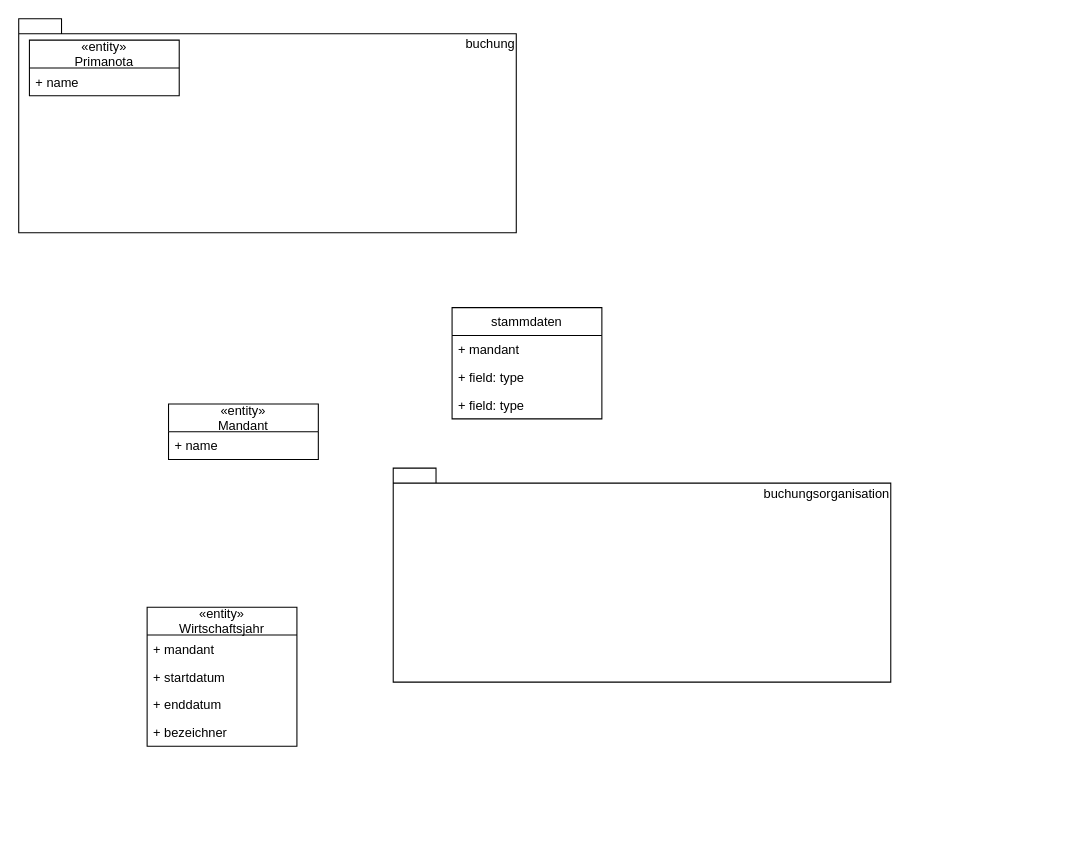
The draw.io diagram page "Datenmodelle" (4 of 5) of architektur/Architektur.drawio in DirkPodolakEssquare/agenda, before the edit. Source tidied: cells renumbered, new cells numbered last; positions are measured from the earlier drawing's top-left corner, leaving out a move shared by most shapes. Both pictures are drawn from the tidied source at 107%, with x=0, y=0 at pixel (18, 18).
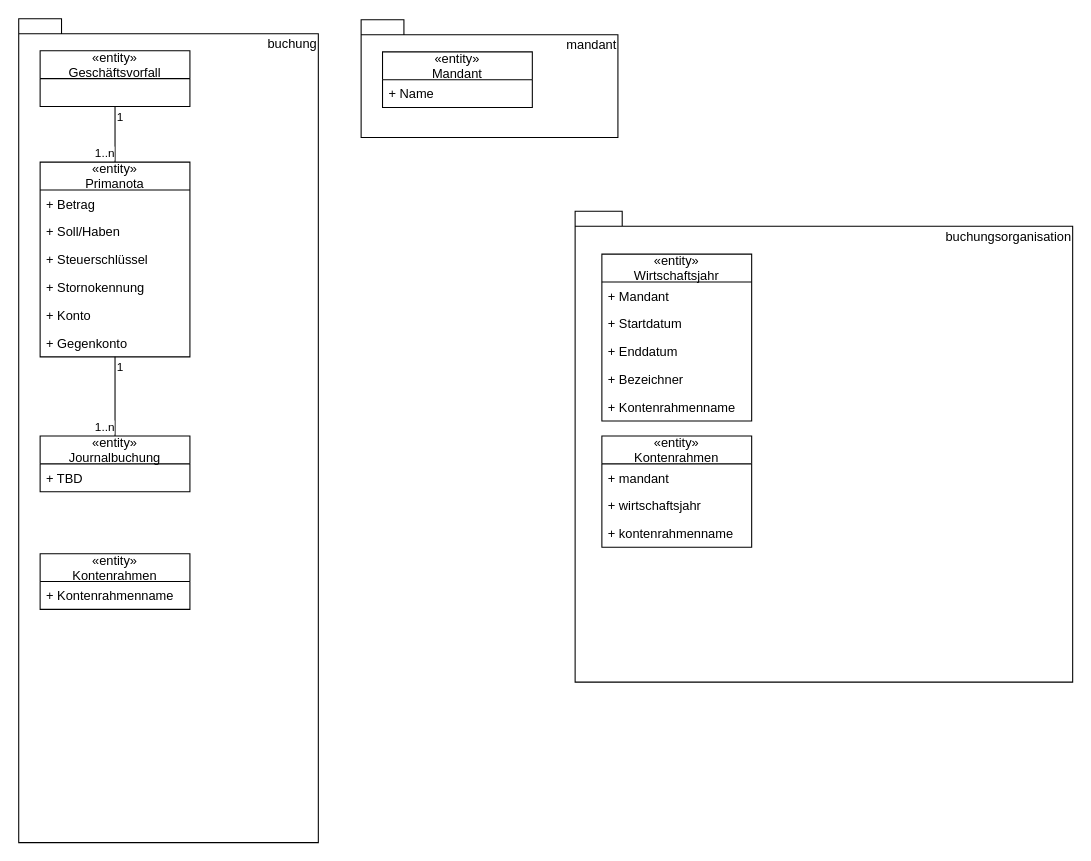
After the change.

Change to the diagram source:
```diff
@@
+    <mxCell id="17" value="&lt;span style=&quot;font-weight: 400&quot;&gt;mandant&lt;br&gt;&lt;/span&gt;" style="shape=folder;fontStyle=1;spacingTop=10;tabWidth=40;tabHeight=14;tabPosition=left;html=1;align=right;verticalAlign=top;" parent="1" vertex="1">
+      <mxGeometry x="320" y="1" width="240" height="110" as="geometry" />
+    </mxCell>
     <mxCell id="2" value="«entity»&#10;Mandant" style="swimlane;fontStyle=0;horizontal=1;startSize=26;fillColor=none;" parent="1" vertex="1">
-      <mxGeometry x="140" y="360" width="140" height="52" as="geometry" />
+      <mxGeometry x="340" y="31" width="140" height="52" as="geometry" />
     </mxCell>
-    <mxCell id="3" value="+ name" style="text;strokeColor=none;fillColor=none;align=left;verticalAlign=top;spacingLeft=4;spacingRight=4;overflow=hidden;" parent="2" vertex="1">
+    <mxCell id="3" value="+ Name" style="text;strokeColor=none;fillColor=none;align=left;verticalAlign=top;spacingLeft=4;spacingRight=4;overflow=hidden;" parent="2" vertex="1">
       <mxGeometry y="26" width="140" height="26" as="geometry" />
     </mxCell>
-    <mxCell id="4" value="stammdaten" style="swimlane;fontStyle=0;horizontal=1;startSize=26;fillColor=none;" parent="1" vertex="1">
-      <mxGeometry x="405" y="270" width="140" height="104" as="geometry" />
-    </mxCell>
-    <mxCell id="5" value="+ mandant" style="text;strokeColor=none;fillColor=none;align=left;verticalAlign=top;spacingLeft=4;spacingRight=4;overflow=hidden;" parent="4" vertex="1">
-      <mxGeometry y="26" width="140" height="26" as="geometry" />
-    </mxCell>
-    <mxCell id="6" value="+ field: type" style="text;strokeColor=none;fillColor=none;align=left;verticalAlign=top;spacingLeft=4;spacingRight=4;overflow=hidden;" parent="4" vertex="1">
-      <mxGeometry y="52" width="140" height="26" as="geometry" />
-    </mxCell>
-    <mxCell id="7" value="+ field: type" style="text;strokeColor=none;fillColor=none;align=left;verticalAlign=top;spacingLeft=4;spacingRight=4;overflow=hidden;" parent="4" vertex="1">
-      <mxGeometry y="78" width="140" height="26" as="geometry" />
-    </mxCell>
     <mxCell id="8" value="&lt;span style=&quot;font-weight: 400&quot;&gt;buchungsorganisation&lt;br&gt;&lt;/span&gt;" style="shape=folder;fontStyle=1;spacingTop=10;tabWidth=40;tabHeight=14;tabPosition=left;html=1;align=right;verticalAlign=top;" parent="1" vertex="1">
-      <mxGeometry x="350" y="420" width="465" height="200" as="geometry" />
+      <mxGeometry x="520" y="180" width="465" height="440" as="geometry" />
     </mxCell>
     <mxCell id="9" value="«entity»&#10;Wirtschaftsjahr" style="swimlane;fontStyle=0;horizontal=1;startSize=26;fillColor=none;" parent="1" vertex="1">
-      <mxGeometry x="120" y="550" width="140" height="130" as="geometry" />
+      <mxGeometry x="545" y="220" width="140" height="156" as="geometry" />
     </mxCell>
-    <mxCell id="10" value="+ mandant" style="text;strokeColor=none;fillColor=none;align=left;verticalAlign=top;spacingLeft=4;spacingRight=4;overflow=hidden;" parent="9" vertex="1">
+    <mxCell id="10" value="+ Mandant" style="text;strokeColor=none;fillColor=none;align=left;verticalAlign=top;spacingLeft=4;spacingRight=4;overflow=hidden;" parent="9" vertex="1">
       <mxGeometry y="26" width="140" height="26" as="geometry" />
     </mxCell>
-    <mxCell id="11" value="+ startdatum" style="text;strokeColor=none;fillColor=none;align=left;verticalAlign=top;spacingLeft=4;spacingRight=4;overflow=hidden;" parent="9" vertex="1">
+    <mxCell id="11" value="+ Startdatum" style="text;strokeColor=none;fillColor=none;align=left;verticalAlign=top;spacingLeft=4;spacingRight=4;overflow=hidden;" parent="9" vertex="1">
       <mxGeometry y="52" width="140" height="26" as="geometry" />
     </mxCell>
-    <mxCell id="12" value="+ enddatum" style="text;strokeColor=none;fillColor=none;align=left;verticalAlign=top;spacingLeft=4;spacingRight=4;overflow=hidden;" parent="9" vertex="1">
+    <mxCell id="12" value="+ Enddatum" style="text;strokeColor=none;fillColor=none;align=left;verticalAlign=top;spacingLeft=4;spacingRight=4;overflow=hidden;" parent="9" vertex="1">
       <mxGeometry y="78" width="140" height="26" as="geometry" />
     </mxCell>
-    <mxCell id="13" value="+ bezeichner" style="text;strokeColor=none;fillColor=none;align=left;verticalAlign=top;spacingLeft=4;spacingRight=4;overflow=hidden;" parent="9" vertex="1">
+    <mxCell id="13" value="+ Bezeichner" style="text;strokeColor=none;fillColor=none;align=left;verticalAlign=top;spacingLeft=4;spacingRight=4;overflow=hidden;" parent="9" vertex="1">
       <mxGeometry y="104" width="140" height="26" as="geometry" />
     </mxCell>
+    <mxCell id="18" value="+ Kontenrahmenname" style="text;strokeColor=none;fillColor=none;align=left;verticalAlign=top;spacingLeft=4;spacingRight=4;overflow=hidden;" parent="9" vertex="1">
+      <mxGeometry y="130" width="140" height="26" as="geometry" />
+    </mxCell>
     <mxCell id="14" value="&lt;span style=&quot;font-weight: 400&quot;&gt;buchung&lt;br&gt;&lt;/span&gt;" style="shape=folder;fontStyle=1;spacingTop=10;tabWidth=40;tabHeight=14;tabPosition=left;html=1;align=right;verticalAlign=top;" parent="1" vertex="1">
-      <mxGeometry width="465" height="200" as="geometry" />
+      <mxGeometry width="280" height="770" as="geometry" />
     </mxCell>
-    <mxCell id="15" value="«entity»&#10;Primanota" style="swimlane;fontStyle=0;horizontal=1;startSize=26;fillColor=none;" parent="1" vertex="1">
-      <mxGeometry x="10" y="20" width="140" height="52" as="geometry" />
+    <mxCell id="15" value="«entity»&#10;Geschäftsvorfall" style="swimlane;fontStyle=0;horizontal=1;startSize=26;fillColor=none;" parent="1" vertex="1">
+      <mxGeometry x="20" y="30" width="140" height="52" as="geometry" />
     </mxCell>
-    <mxCell id="16" value="+ name" style="text;strokeColor=none;fillColor=none;align=left;verticalAlign=top;spacingLeft=4;spacingRight=4;overflow=hidden;" parent="15" vertex="1">
-      <mxGeometry y="26" width="140" height="26" as="geometry" />
-    </mxCell>
+    <mxCell id="19" value="«entity»&#10;Primanota" style="swimlane;fontStyle=0;horizontal=1;startSize=26;fillColor=none;" parent="1" vertex="1">
+      <mxGeometry x="20" y="134" width="140" height="182" as="geometry" />
+    </mxCell>
+    <mxCell id="20" value="+ Betrag" style="text;strokeColor=none;fillColor=none;align=left;verticalAlign=top;spacingLeft=4;spacingRight=4;overflow=hidden;" parent="19" vertex="1">
+      <mxGeometry y="26" width="140" height="26" as="geometry" />
+    </mxCell>
+    <mxCell id="21" value="+ Soll/Haben" style="text;strokeColor=none;fillColor=none;align=left;verticalAlign=top;spacingLeft=4;spacingRight=4;overflow=hidden;" parent="19" vertex="1">
+      <mxGeometry y="52" width="140" height="26" as="geometry" />
+    </mxCell>
+    <mxCell id="22" value="+ Steuerschlüssel" style="text;strokeColor=none;fillColor=none;align=left;verticalAlign=top;spacingLeft=4;spacingRight=4;overflow=hidden;" parent="19" vertex="1">
+      <mxGeometry y="78" width="140" height="26" as="geometry" />
+    </mxCell>
+    <mxCell id="23" value="+ Stornokennung" style="text;strokeColor=none;fillColor=none;align=left;verticalAlign=top;spacingLeft=4;spacingRight=4;overflow=hidden;" parent="19" vertex="1">
+      <mxGeometry y="104" width="140" height="26" as="geometry" />
+    </mxCell>
+    <mxCell id="24" value="+ Konto" style="text;strokeColor=none;fillColor=none;align=left;verticalAlign=top;spacingLeft=4;spacingRight=4;overflow=hidden;" parent="19" vertex="1">
+      <mxGeometry y="130" width="140" height="26" as="geometry" />
+    </mxCell>
+    <mxCell id="25" value="+ Gegenkonto" style="text;strokeColor=none;fillColor=none;align=left;verticalAlign=top;spacingLeft=4;spacingRight=4;overflow=hidden;" parent="19" vertex="1">
+      <mxGeometry y="156" width="140" height="26" as="geometry" />
+    </mxCell>
+    <mxCell id="26" style="endArrow=none;html=1;edgeStyle=orthogonalEdgeStyle;" parent="1" edge="1" source="15" target="19">
+      <mxGeometry relative="1" as="geometry" />
+    </mxCell>
+    <mxCell id="27" value="1" style="edgeLabel;html=1;align=left;verticalAlign=bottom;" parent="26" vertex="1">
+      <mxGeometry x="-1" relative="1" as="geometry">
+        <mxPoint y="18" as="offset" />
+      </mxGeometry>
+    </mxCell>
+    <mxCell id="28" value="1..n" style="edgeLabel;html=1;align=right;verticalAlign=bottom;" parent="26" vertex="1">
+      <mxGeometry x="1" relative="1" as="geometry" />
+    </mxCell>
+    <mxCell id="29" value="«entity»&#10;Journalbuchung" style="swimlane;fontStyle=0;horizontal=1;startSize=26;fillColor=none;" parent="1" vertex="1">
+      <mxGeometry x="20" y="390" width="140" height="52" as="geometry" />
+    </mxCell>
+    <mxCell id="30" value="+ TBD" style="text;strokeColor=none;fillColor=none;align=left;verticalAlign=top;spacingLeft=4;spacingRight=4;overflow=hidden;" parent="29" vertex="1">
+      <mxGeometry y="26" width="140" height="26" as="geometry" />
+    </mxCell>
+    <mxCell id="31" style="endArrow=none;html=1;edgeStyle=orthogonalEdgeStyle;" parent="1" edge="1" source="19" target="29">
+      <mxGeometry relative="1" as="geometry" />
+    </mxCell>
+    <mxCell id="32" value="1" style="edgeLabel;html=1;align=left;verticalAlign=bottom;" parent="31" vertex="1">
+      <mxGeometry x="-1" relative="1" as="geometry">
+        <mxPoint y="18" as="offset" />
+      </mxGeometry>
+    </mxCell>
+    <mxCell id="33" value="1..n" style="edgeLabel;html=1;align=right;verticalAlign=bottom;" parent="31" vertex="1">
+      <mxGeometry x="1" relative="1" as="geometry" />
+    </mxCell>
+    <mxCell id="34" value="«entity»&#10;Kontenrahmen" style="swimlane;fontStyle=0;horizontal=1;startSize=26;fillColor=none;" parent="1" vertex="1">
+      <mxGeometry x="545" y="390" width="140" height="104" as="geometry" />
+    </mxCell>
+    <mxCell id="5" value="+ mandant" style="text;strokeColor=none;fillColor=none;align=left;verticalAlign=top;spacingLeft=4;spacingRight=4;overflow=hidden;" parent="34" vertex="1">
+      <mxGeometry y="26" width="140" height="26" as="geometry" />
+    </mxCell>
+    <mxCell id="35" value="+ wirtschaftsjahr" style="text;strokeColor=none;fillColor=none;align=left;verticalAlign=top;spacingLeft=4;spacingRight=4;overflow=hidden;" parent="34" vertex="1">
+      <mxGeometry y="52" width="140" height="26" as="geometry" />
+    </mxCell>
+    <mxCell id="36" value="+ kontenrahmenname" style="text;strokeColor=none;fillColor=none;align=left;verticalAlign=top;spacingLeft=4;spacingRight=4;overflow=hidden;" parent="34" vertex="1">
+      <mxGeometry y="78" width="140" height="26" as="geometry" />
+    </mxCell>
+    <mxCell id="37" value="«entity»&#10;Kontenrahmen" style="swimlane;fontStyle=0;horizontal=1;startSize=26;fillColor=none;" parent="1" vertex="1">
+      <mxGeometry x="20" y="500" width="140" height="52" as="geometry" />
+    </mxCell>
+    <mxCell id="38" value="+ Kontenrahmenname" style="text;strokeColor=none;fillColor=none;align=left;verticalAlign=top;spacingLeft=4;spacingRight=4;overflow=hidden;" parent="37" vertex="1">
+      <mxGeometry y="26" width="140" height="26" as="geometry" />
+    </mxCell>
```
